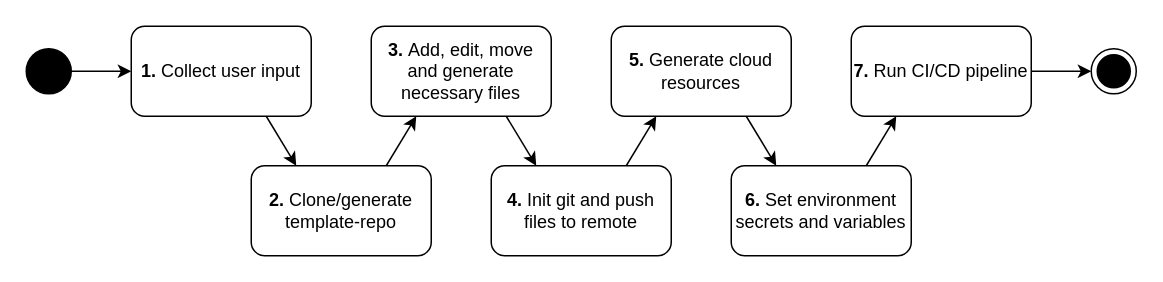
Before: the_flow.drawio in oscarmarcussen/master_diagram, a draw.io diagram. Source tidied: cells renumbered, new cells numbered last; positions are measured from the earlier drawing's top-left corner, leaving out a move shared by most shapes. Both pictures are drawn from the tidied source at 150%, with x=0, y=0 at pixel (26, 26).
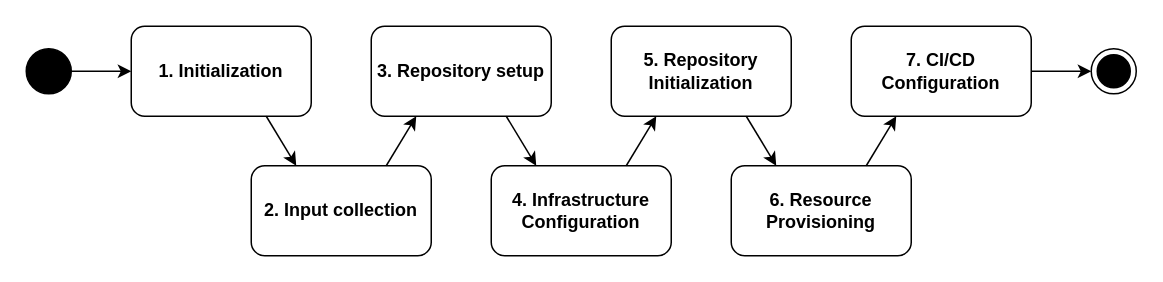
Above is the later version.

Commit message (it also covers changes not shown here):
make sequence diagrams + update flow

What changed in the source:
```diff
@@
-    <mxCell id="2" value="&lt;b&gt;2. &lt;/b&gt;Clone/generate template-repo" style="rounded=1;whiteSpace=wrap;html=1;" parent="1" vertex="1">
+    <mxCell id="2" value="&lt;b&gt;2. Input collection&lt;/b&gt;" style="rounded=1;whiteSpace=wrap;html=1;" parent="1" vertex="1">
       <mxGeometry x="150" y="93" width="120" height="60" as="geometry" />
     </mxCell>
-    <mxCell id="3" value="&lt;b&gt;1. &lt;/b&gt;Collect user input" style="rounded=1;whiteSpace=wrap;html=1;" parent="1" vertex="1">
+    <mxCell id="3" value="&lt;b&gt;1. Initialization&lt;/b&gt;" style="rounded=1;whiteSpace=wrap;html=1;" parent="1" vertex="1">
       <mxGeometry x="70" width="120" height="60" as="geometry" />
     </mxCell>
-    <mxCell id="4" value="&lt;b&gt;3.&lt;/b&gt;&amp;nbsp;Add, edit, move and generate necessary files" style="rounded=1;whiteSpace=wrap;html=1;" parent="1" vertex="1">
+    <mxCell id="4" value="&lt;b&gt;3. Repository setup&lt;/b&gt;" style="rounded=1;whiteSpace=wrap;html=1;" parent="1" vertex="1">
       <mxGeometry x="230" width="120" height="60" as="geometry" />
     </mxCell>
-    <mxCell id="5" value="&lt;b&gt;4. &lt;/b&gt;Init git and push files to remote" style="rounded=1;whiteSpace=wrap;html=1;" parent="1" vertex="1">
+    <mxCell id="5" value="&lt;b&gt;4.&amp;nbsp;&lt;/b&gt;&lt;span class=&quot;notion-enable-hover&quot; style=&quot;font-weight:600&quot;&gt;Infrastructure Configuration&lt;/span&gt;" style="rounded=1;whiteSpace=wrap;html=1;" parent="1" vertex="1">
       <mxGeometry x="310" y="93" width="120" height="60" as="geometry" />
     </mxCell>
-    <mxCell id="6" value="&lt;b&gt;5.&lt;/b&gt; Generate cloud resources" style="rounded=1;whiteSpace=wrap;html=1;" parent="1" vertex="1">
+    <mxCell id="6" value="&lt;b&gt;5.&amp;nbsp;&lt;/b&gt;&lt;span class=&quot;notion-enable-hover&quot; style=&quot;font-weight:600&quot;&gt;Repository Initialization&lt;/span&gt;" style="rounded=1;whiteSpace=wrap;html=1;" parent="1" vertex="1">
       <mxGeometry x="390" width="120" height="60" as="geometry" />
     </mxCell>
-    <mxCell id="7" value="&lt;b&gt;6.&lt;/b&gt;&amp;nbsp;Set environment secrets and variables" style="rounded=1;whiteSpace=wrap;html=1;" parent="1" vertex="1">
+    <mxCell id="7" value="&lt;b&gt;6.&lt;/b&gt;&amp;nbsp;&lt;span class=&quot;notion-enable-hover&quot; style=&quot;font-weight:600&quot;&gt;Resource Provisioning&lt;/span&gt;" style="rounded=1;whiteSpace=wrap;html=1;" parent="1" vertex="1">
       <mxGeometry x="470" y="93" width="120" height="60" as="geometry" />
     </mxCell>
@@
-    <mxCell id="9" value="&lt;b&gt;7. &lt;/b&gt;Run CI/CD pipeline" style="rounded=1;whiteSpace=wrap;html=1;" parent="1" vertex="1">
+    <mxCell id="9" value="&lt;b&gt;7.&amp;nbsp;&lt;/b&gt;&lt;span class=&quot;notion-enable-hover&quot; style=&quot;font-weight:600&quot;&gt;CI/CD Configuration&lt;/span&gt;" style="rounded=1;whiteSpace=wrap;html=1;" parent="1" vertex="1">
       <mxGeometry x="550" width="120" height="60" as="geometry" />
     </mxCell>
```
